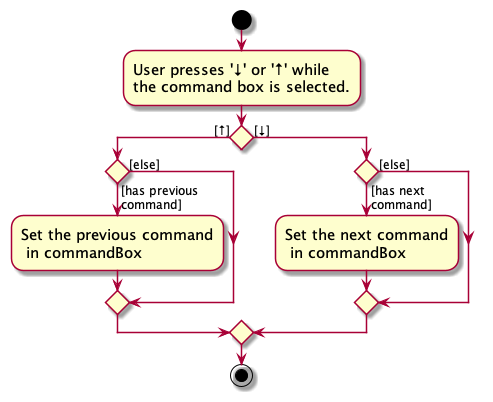
nus-cs2103-AY2324S1/tp keeps this PlantUML diagram as docs/images/CommandHistoryActivityDiagram.png. Above is the earlier version.
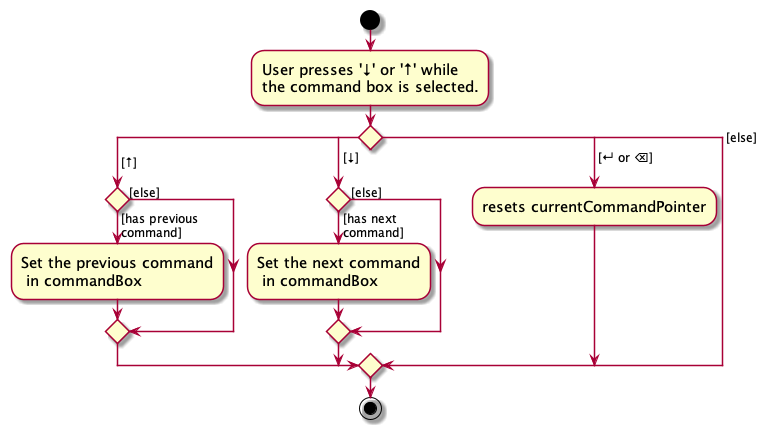
Later version of the same file.

Commit message:
Update CommandHistory Activity Diagram to include more cases

Change to the diagram source:
```diff
@@ -5,16 +5,21 @@
 start
 :User presses '↓' or '↑' while \nthe command box is selected.;
 
-if () then ([↑])
+switch ()
+case ( [↑])
     if() then ([has previous\ncommand])
     :Set the previous command\n in commandBox;
     else ([else])
     endif
-else ([↓])
+case ( [↓])
     if() then ([has next\ncommand])
     :Set the next command\n in commandBox;
     else ([else])
     endif
-endif
+case ( [↵ or ⌫])
+    :resets currentCommandPointer;
+case ([else])
+
+endswitch
 stop
 @enduml
```
